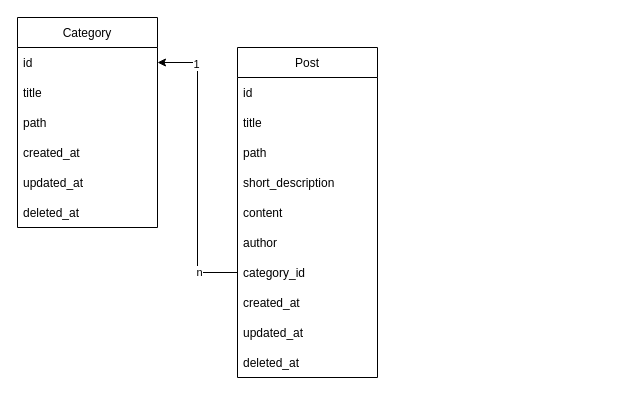
This is page "Database" (1 of 2) of docs/itblog_draw.drawio from lnvt99/react-java-itblog, a draw.io file, before an edit. Source tidied: cells renumbered, new cells numbered last; positions are measured from the earlier drawing's top-left corner, leaving out a move shared by most shapes. Both pictures are drawn from the tidied source at 100%, with x=0, y=0 at pixel (17, 17).
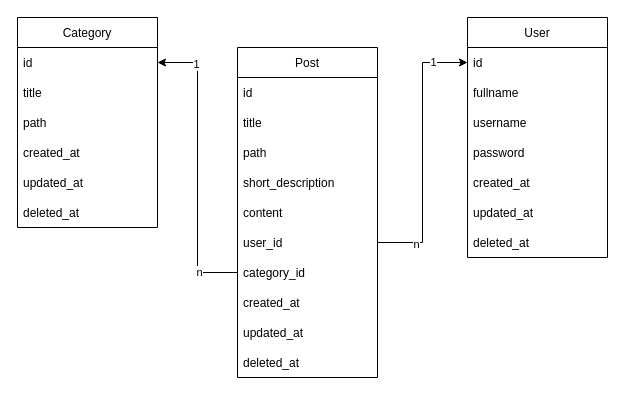
Above is the later version.

Unchanged cells that the change refers to:
```xml
<mxCell id="2" value="Post" style="swimlane;fontStyle=0;horizontal=1;startSize=30;" parent="1" vertex="1">
  <mxGeometry x="220" y="30" width="140" height="330" as="geometry" />
</mxCell>
```

The edit, as a diff of the source:
```diff
@@
-    <mxCell id="8" value="author" style="text;strokeColor=none;fillColor=none;align=left;verticalAlign=middle;spacingLeft=4;spacingRight=4;overflow=hidden;points=[[0,0.5],[1,0.5]];portConstraint=eastwest;" parent="2" vertex="1">
+    <mxCell id="8" value="user_id" style="text;strokeColor=none;fillColor=none;align=left;verticalAlign=middle;spacingLeft=4;spacingRight=4;overflow=hidden;points=[[0,0.5],[1,0.5]];portConstraint=eastwest;" parent="2" vertex="1">
       <mxGeometry y="180" width="140" height="30" as="geometry" />
     </mxCell>
@@
+    <mxCell id="23" value="User" style="swimlane;fontStyle=0;horizontal=1;startSize=30;" parent="1" vertex="1">
+      <mxGeometry x="450" width="140" height="240" as="geometry" />
+    </mxCell>
+    <mxCell id="24" value="id" style="text;strokeColor=none;fillColor=none;align=left;verticalAlign=middle;spacingLeft=4;spacingRight=4;overflow=hidden;points=[[0,0.5],[1,0.5]];portConstraint=eastwest;" parent="23" vertex="1">
+      <mxGeometry y="30" width="140" height="30" as="geometry" />
+    </mxCell>
+    <mxCell id="25" value="fullname" style="text;strokeColor=none;fillColor=none;align=left;verticalAlign=middle;spacingLeft=4;spacingRight=4;overflow=hidden;" parent="23" vertex="1">
+      <mxGeometry y="60" width="140" height="30" as="geometry" />
+    </mxCell>
+    <mxCell id="26" value="username" style="text;strokeColor=none;fillColor=none;align=left;verticalAlign=middle;spacingLeft=4;spacingRight=4;overflow=hidden;" parent="23" vertex="1">
+      <mxGeometry y="90" width="140" height="30" as="geometry" />
+    </mxCell>
+    <mxCell id="27" value="password" style="text;strokeColor=none;fillColor=none;align=left;verticalAlign=middle;spacingLeft=4;spacingRight=4;overflow=hidden;" parent="23" vertex="1">
+      <mxGeometry y="120" width="140" height="30" as="geometry" />
+    </mxCell>
+    <mxCell id="28" value="created_at" style="text;strokeColor=none;fillColor=none;align=left;verticalAlign=middle;spacingLeft=4;spacingRight=4;overflow=hidden;" parent="23" vertex="1">
+      <mxGeometry y="150" width="140" height="30" as="geometry" />
+    </mxCell>
+    <mxCell id="29" value="updated_at" style="text;strokeColor=none;fillColor=none;align=left;verticalAlign=middle;spacingLeft=4;spacingRight=4;overflow=hidden;" parent="23" vertex="1">
+      <mxGeometry y="180" width="140" height="30" as="geometry" />
+    </mxCell>
+    <mxCell id="30" value="deleted_at" style="text;strokeColor=none;fillColor=none;align=left;verticalAlign=middle;spacingLeft=4;spacingRight=4;overflow=hidden;" parent="23" vertex="1">
+      <mxGeometry y="210" width="140" height="30" as="geometry" />
+    </mxCell>
+    <mxCell id="31" style="endArrow=classic;html=1;rounded=0;edgeStyle=orthogonalEdgeStyle;" parent="1" edge="1" source="8" target="24">
+      <mxGeometry relative="1" as="geometry" />
+    </mxCell>
+    <mxCell id="32" value="n" style="edgeLabel;html=1;align=center;verticalAlign=middle;" parent="31" vertex="1">
+      <mxGeometry x="-0.72" y="-1" relative="1" as="geometry" />
+    </mxCell>
+    <mxCell id="33" value="1" style="edgeLabel;html=1;align=center;verticalAlign=middle;" parent="31" vertex="1">
+      <mxGeometry x="0.74" y="1" relative="1" as="geometry" />
+    </mxCell>
```
